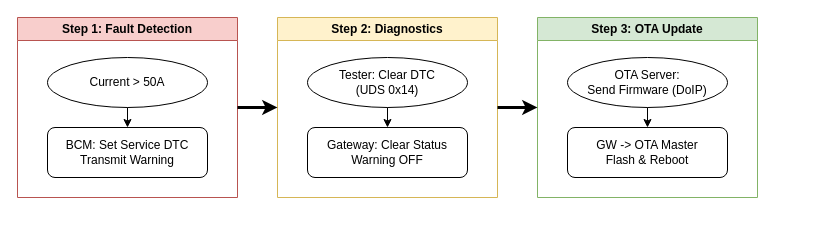
VectorCANoe/canoe-driving-alert keeps this draw.io diagram as page "3. Process Flow" (3 of 4) of docs/sample/02_Make_Diagrams.drawio. Above is the earlier version. Source tidied: cells renumbered, new cells numbered last; positions are measured from the earlier drawing's top-left corner, leaving out a move shared by most shapes. Both pictures are drawn from the tidied source at 100%, with x=0, y=0 at pixel (17, 17).
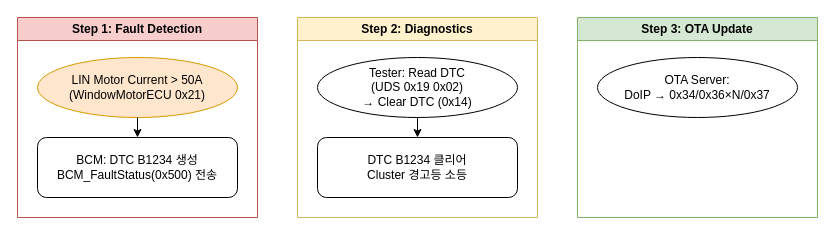
Above is the later version.

Diff of the diagram source:
```diff
@@
 <mxGraphModel>
   <root>
     <mxCell id="0" />
     <mxCell id="1" parent="0" />
     <mxCell id="2" value="Step 1: Fault Detection" style="swimlane;whiteSpace=wrap;html=1;startSize=23;fillColor=#f8cecc;strokeColor=#b85450;fontStyle=1;" parent="1" vertex="1">
-      <mxGeometry width="220" height="180" as="geometry" />
+      <mxGeometry width="240" height="200" as="geometry" />
     </mxCell>
-    <mxCell id="3" value="Current &gt; 50A" style="ellipse;whiteSpace=wrap;html=1;fillColor=#ffffff;" parent="2" vertex="1">
-      <mxGeometry x="30" y="40" width="160" height="50" as="geometry" />
+    <mxCell id="3" value="LIN Motor Current &gt; 50A&#10;(WindowMotorECU 0x21)" style="ellipse;whiteSpace=wrap;html=1;fillColor=#ffe6cc;strokeColor=#d79b00;" parent="2" vertex="1">
+      <mxGeometry x="20" y="40" width="200" height="60" as="geometry" />
     </mxCell>
-    <mxCell id="4" value="BCM: Set Service DTC&#10;Transmit Warning" style="rounded=1;whiteSpace=wrap;html=1;fillColor=#ffffff;" parent="2" vertex="1">
-      <mxGeometry x="30" y="110" width="160" height="50" as="geometry" />
+    <mxCell id="4" value="BCM: DTC B1234 생성&#10;BCM_FaultStatus(0x500) 전송" style="rounded=1;whiteSpace=wrap;html=1;fillColor=#ffffff;" parent="2" vertex="1">
+      <mxGeometry x="20" y="120" width="200" height="60" as="geometry" />
     </mxCell>
     <mxCell id="5" style="endArrow=classic;html=1;exitX=0.5;exitY=1;exitDx=0;exitDy=0;entryX=0.5;entryY=0;entryDx=0;entryDy=0;" parent="2" edge="1" source="3" target="4">
       <mxGeometry relative="1" as="geometry" />
     </mxCell>
     <mxCell id="6" value="Step 2: Diagnostics" style="swimlane;whiteSpace=wrap;html=1;startSize=23;fillColor=#fff2cc;strokeColor=#d6b656;fontStyle=1;" parent="1" vertex="1">
-      <mxGeometry x="260" width="220" height="180" as="geometry" />
+      <mxGeometry x="280" width="240" height="200" as="geometry" />
     </mxCell>
-    <mxCell id="7" value="Tester: Clear DTC&#10;(UDS 0x14)" style="ellipse;whiteSpace=wrap;html=1;fillColor=#ffffff;" parent="6" vertex="1">
-      <mxGeometry x="30" y="40" width="160" height="50" as="geometry" />
+    <mxCell id="7" value="Tester: Read DTC&#10;(UDS 0x19 0x02)&#10;→ Clear DTC (0x14)" style="ellipse;whiteSpace=wrap;html=1;fillColor=#ffffff;" parent="6" vertex="1">
+      <mxGeometry x="20" y="40" width="200" height="60" as="geometry" />
     </mxCell>
-    <mxCell id="8" value="Gateway: Clear Status&#10;Warning OFF" style="rounded=1;whiteSpace=wrap;html=1;fillColor=#ffffff;" parent="6" vertex="1">
-      <mxGeometry x="30" y="110" width="160" height="50" as="geometry" />
+    <mxCell id="8" value="DTC B1234 클리어&#10;Cluster 경고등 소등" style="rounded=1;whiteSpace=wrap;html=1;fillColor=#ffffff;" parent="6" vertex="1">
+      <mxGeometry x="20" y="120" width="200" height="60" as="geometry" />
     </mxCell>
     <mxCell id="9" style="endArrow=classic;html=1;exitX=0.5;exitY=1;exitDx=0;exitDy=0;entryX=0.5;entryY=0;entryDx=0;entryDy=0;" parent="6" edge="1" source="7" target="8">
       <mxGeometry relative="1" as="geometry" />
     </mxCell>
     <mxCell id="10" value="Step 3: OTA Update" style="swimlane;whiteSpace=wrap;html=1;startSize=23;fillColor=#d5e8d4;strokeColor=#82b366;fontStyle=1;" parent="1" vertex="1">
-      <mxGeometry x="520" width="220" height="180" as="geometry" />
+      <mxGeometry x="560" width="240" height="200" as="geometry" />
     </mxCell>
-    <mxCell id="11" value="OTA Server:&#10;Send Firmware (DoIP)" style="ellipse;whiteSpace=wrap;html=1;fillColor=#ffffff;" parent="10" vertex="1">
-      <mxGeometry x="30" y="40" width="160" height="50" as="geometry" />
+    <mxCell id="11" value="OTA Server:&#10;DoIP → 0x34/0x36×N/0x37" style="ellipse;whiteSpace=wrap;html=1;fillColor=#ffffff;" parent="10" vertex="1">
+      <mxGeometry x="20" y="40" width="200" height="60" as="geometry" />
     </mxCell>
-    <mxCell id="12" value="GW -&gt; OTA Master&#10;Flash &amp; Reboot" style="rounded=1;whiteSpace=wrap;html=1;fillColor=#ffffff;" parent="10" vertex="1">
-      <mxGeometry x="30" y="110" width="160" height="50" as="geometry" />
-    </mxCell>
-    <mxCell id="13" style="endArrow=classic;html=1;exitX=0.5;exitY=1;exitDx=0;exitDy=0;entryX=0.5;entryY=0;entryDx=0;entryDy=0;" parent="10" edge="1" source="11" target="12">
-      <mxGeometry relative="1" as="geometry" />
-    </mxCell>
-    <mxCell id="14" style="endArrow=classic;html=1;exitX=1;exitY=0.5;exitDx=0;exitDy=0;entryX=0;entryY=0.5;entryDx=0;entryDy=0;strokeWidth=3;" parent="1" edge="1" source="2" target="6">
-      <mxGeometry relative="1" as="geometry" />
-    </mxCell>
-    <mxCell id="15" style="endArrow=classic;html=1;exitX=1;exitY=0.5;exitDx=0;exitDy=0;entryX=0;entryY=0.5;entryDx=0;entryDy=0;strokeWidth=3;" parent="1" edge="1" source="6" target="10">
-      <mxGeometry relative="1" as="geometry" />
-    </mxCell>
   </root>
 </mxGraphModel>
```
